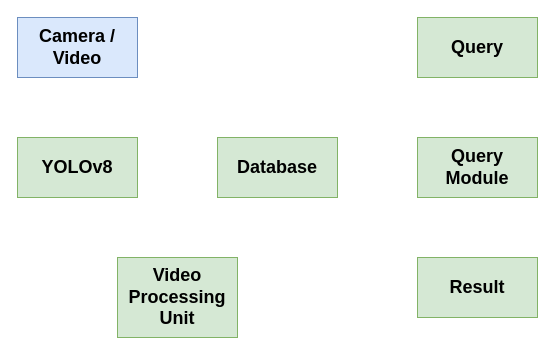
Earlier version of the draw.io diagram AIIOT画图.drawio (sql0316/hello-world). Source tidied: cells renumbered, new cells numbered last; positions are measured from the earlier drawing's top-left corner, leaving out a move shared by most shapes. Both pictures are drawn from the tidied source at 100%, with x=0, y=0 at pixel (17, 17).
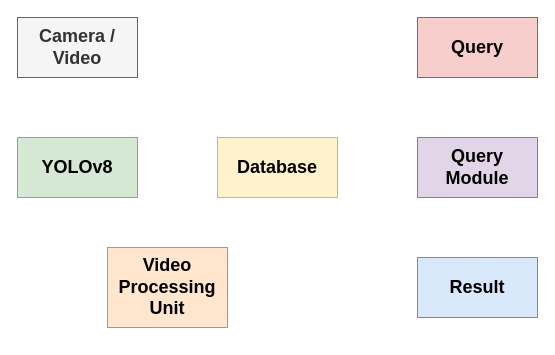
After the change.

The edit, as a diff of the source:
```diff
@@
 <mxGraphModel>
   <root>
     <mxCell id="0" />
     <mxCell id="1" parent="0" />
-    <mxCell id="2" value="&lt;font size=&quot;1&quot; style=&quot;&quot;&gt;&lt;b style=&quot;font-size: 18px;&quot;&gt;Camera / Video&lt;/b&gt;&lt;/font&gt;" style="rounded=0;whiteSpace=wrap;html=1;fillColor=#dae8fc;strokeColor=#6c8ebf;" parent="1" vertex="1">
+    <mxCell id="2" value="&lt;font size=&quot;1&quot; style=&quot;&quot;&gt;&lt;b style=&quot;font-size: 18px;&quot;&gt;Camera / Video&lt;/b&gt;&lt;/font&gt;" style="rounded=0;whiteSpace=wrap;html=1;fillColor=#f5f5f5;strokeColor=#666666;fontColor=#333333;" parent="1" vertex="1">
       <mxGeometry width="120" height="60" as="geometry" />
     </mxCell>
     <mxCell id="3" value="&lt;font size=&quot;1&quot; style=&quot;&quot;&gt;&lt;b style=&quot;font-size: 18px;&quot;&gt;YOLOv8&lt;/b&gt;&lt;/font&gt;" style="rounded=0;whiteSpace=wrap;html=1;fillColor=#d5e8d4;strokeColor=#82b366;" parent="1" vertex="1">
       <mxGeometry y="120" width="120" height="60" as="geometry" />
     </mxCell>
-    <mxCell id="4" value="&lt;font size=&quot;1&quot; style=&quot;&quot;&gt;&lt;b style=&quot;font-size: 18px;&quot;&gt;Database&lt;/b&gt;&lt;/font&gt;" style="rounded=0;whiteSpace=wrap;html=1;fillColor=#d5e8d4;strokeColor=#82b366;" parent="1" vertex="1">
+    <mxCell id="4" value="&lt;font size=&quot;1&quot; style=&quot;&quot;&gt;&lt;b style=&quot;font-size: 18px;&quot;&gt;Database&lt;/b&gt;&lt;/font&gt;" style="rounded=0;whiteSpace=wrap;html=1;fillColor=#fff2cc;strokeColor=#d6b656;" parent="1" vertex="1">
       <mxGeometry x="200" y="120" width="120" height="60" as="geometry" />
     </mxCell>
-    <mxCell id="5" value="&lt;font size=&quot;1&quot; style=&quot;&quot;&gt;&lt;b style=&quot;font-size: 18px;&quot;&gt;Video Processing Unit&lt;/b&gt;&lt;/font&gt;" style="rounded=0;whiteSpace=wrap;html=1;fillColor=#d5e8d4;strokeColor=#82b366;" parent="1" vertex="1">
-      <mxGeometry x="100" y="240" width="120" height="80" as="geometry" />
+    <mxCell id="5" value="&lt;font size=&quot;1&quot; style=&quot;&quot;&gt;&lt;b style=&quot;font-size: 18px;&quot;&gt;Video Processing Unit&lt;/b&gt;&lt;/font&gt;" style="rounded=0;whiteSpace=wrap;html=1;fillColor=#ffe6cc;strokeColor=#d79b00;" parent="1" vertex="1">
+      <mxGeometry x="90" y="230" width="120" height="80" as="geometry" />
     </mxCell>
-    <mxCell id="6" value="&lt;font size=&quot;1&quot; style=&quot;&quot;&gt;&lt;b style=&quot;font-size: 18px;&quot;&gt;Query Module&lt;/b&gt;&lt;/font&gt;" style="rounded=0;whiteSpace=wrap;html=1;fillColor=#d5e8d4;strokeColor=#82b366;" parent="1" vertex="1">
+    <mxCell id="6" value="&lt;font size=&quot;1&quot; style=&quot;&quot;&gt;&lt;b style=&quot;font-size: 18px;&quot;&gt;Query Module&lt;/b&gt;&lt;/font&gt;" style="rounded=0;whiteSpace=wrap;html=1;fillColor=#e1d5e7;strokeColor=#9673a6;" parent="1" vertex="1">
       <mxGeometry x="400" y="120" width="120" height="60" as="geometry" />
     </mxCell>
-    <mxCell id="7" value="&lt;font size=&quot;1&quot; style=&quot;&quot;&gt;&lt;b style=&quot;font-size: 18px;&quot;&gt;Result&lt;/b&gt;&lt;/font&gt;" style="rounded=0;whiteSpace=wrap;html=1;fillColor=#d5e8d4;strokeColor=#82b366;" parent="1" vertex="1">
+    <mxCell id="7" value="&lt;font size=&quot;1&quot; style=&quot;&quot;&gt;&lt;b style=&quot;font-size: 18px;&quot;&gt;Result&lt;/b&gt;&lt;/font&gt;" style="rounded=0;whiteSpace=wrap;html=1;fillColor=#dae8fc;strokeColor=#6c8ebf;" parent="1" vertex="1">
       <mxGeometry x="400" y="240" width="120" height="60" as="geometry" />
     </mxCell>
-    <mxCell id="8" value="&lt;font size=&quot;1&quot; style=&quot;&quot;&gt;&lt;b style=&quot;font-size: 18px;&quot;&gt;Query&lt;/b&gt;&lt;/font&gt;" style="rounded=0;whiteSpace=wrap;html=1;fillColor=#d5e8d4;strokeColor=#82b366;" parent="1" vertex="1">
+    <mxCell id="8" value="&lt;font size=&quot;1&quot; style=&quot;&quot;&gt;&lt;b style=&quot;font-size: 18px;&quot;&gt;Query&lt;/b&gt;&lt;/font&gt;" style="rounded=0;whiteSpace=wrap;html=1;fillColor=#f8cecc;strokeColor=#b85450;" parent="1" vertex="1">
       <mxGeometry x="400" width="120" height="60" as="geometry" />
     </mxCell>
   </root>
 </mxGraphModel>
```
